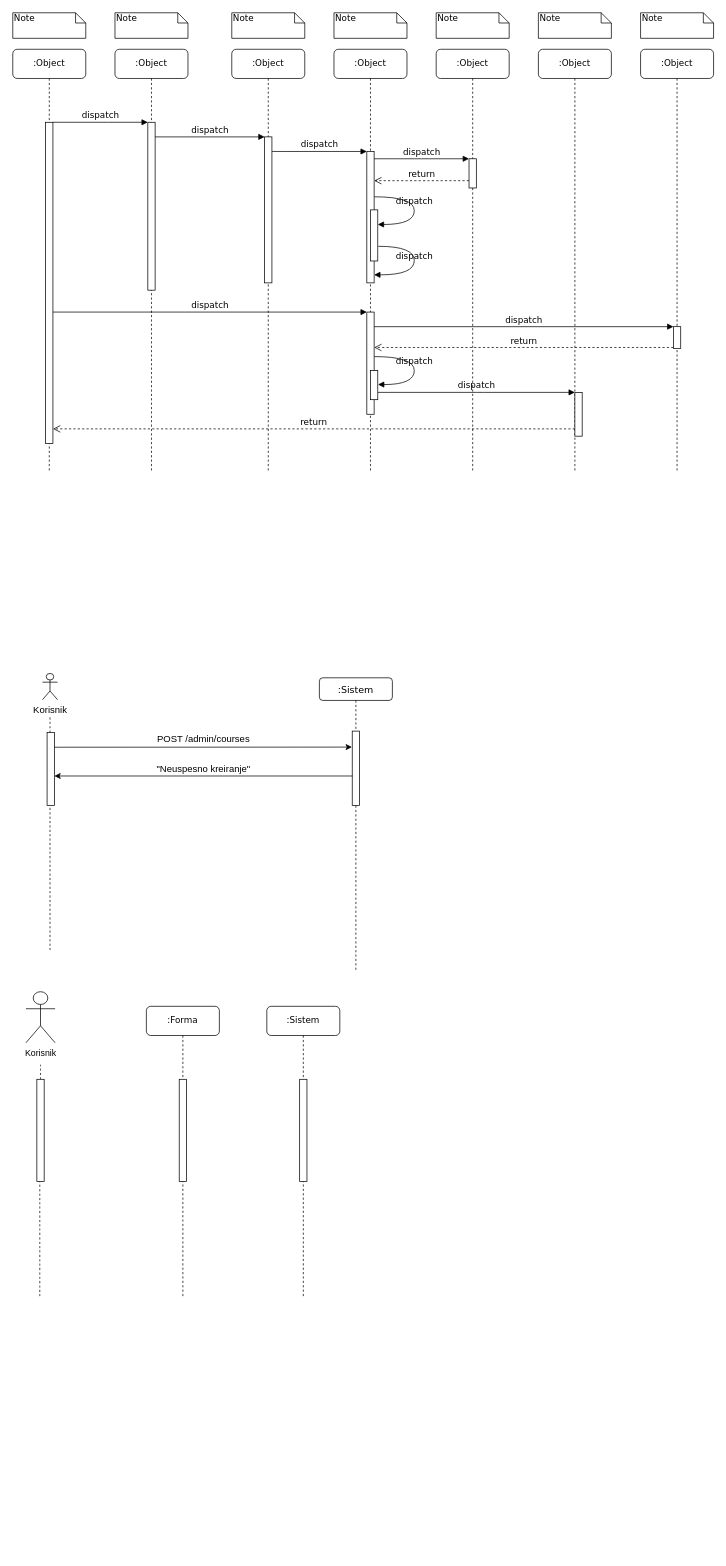
The draw.io diagram folder/Untitled Diagram.drawio in mata998/drawio, before the edit. Source tidied: cells renumbered, new cells numbered last; positions are measured from the earlier drawing's top-left corner, leaving out a move shared by most shapes. Both pictures are drawn from the tidied source at 73%, with x=0, y=0 at pixel (12, 12).
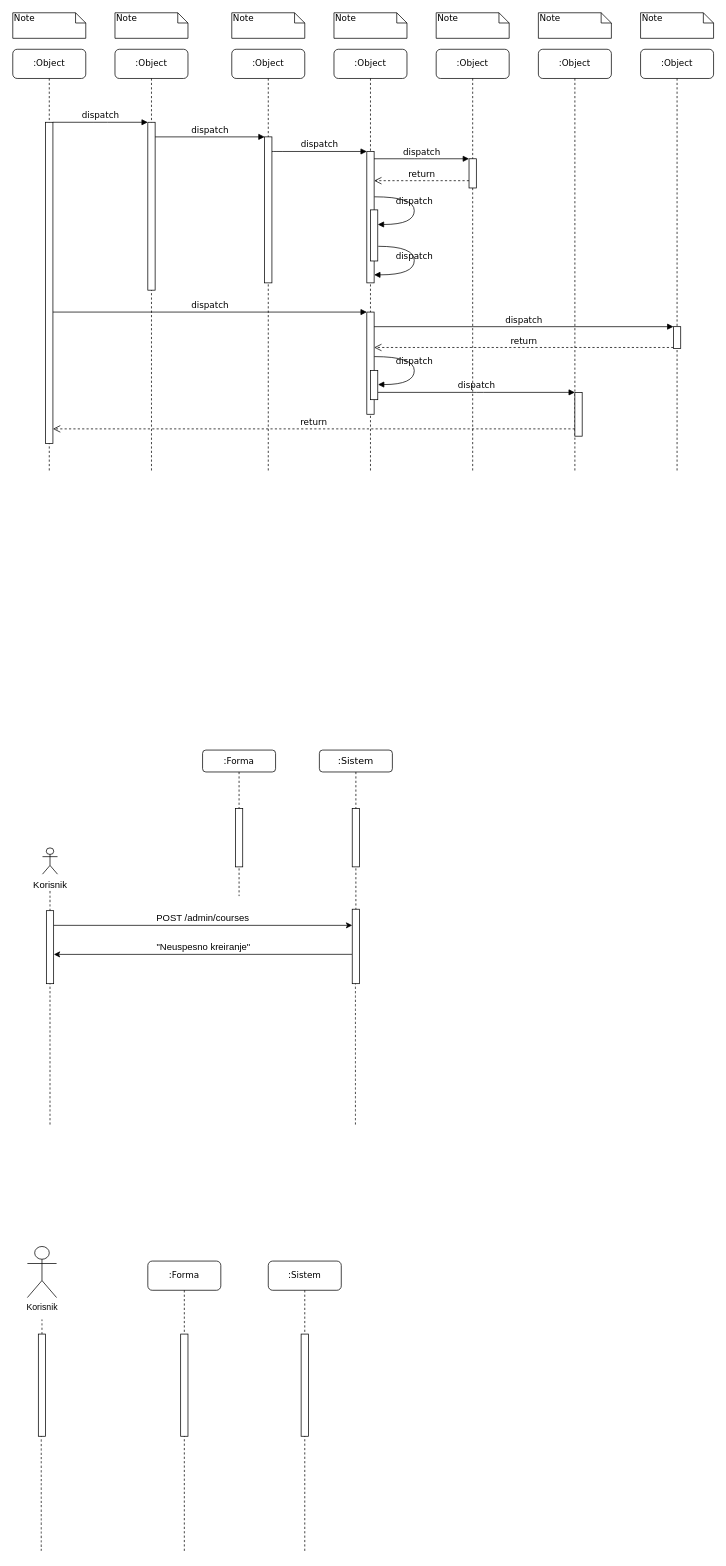
The same diagram, later.

Commit message:
postavka duplog dijagrama

Diff of the diagram source:
```diff
@@
     <mxCell id="39" value="&lt;font style=&quot;font-size: 13px;&quot;&gt;Korisnik&lt;/font&gt;" style="shape=umlActor;verticalLabelPosition=bottom;verticalAlign=top;html=1;" parent="1" vertex="1">
-      <mxGeometry x="40.7" y="905" width="20.6" height="36" as="geometry" />
+      <mxGeometry x="40.7" y="1144" width="20.6" height="36" as="geometry" />
     </mxCell>
     <mxCell id="40" style="endArrow=none;dashed=1;html=1;curved=1;startArrow=none;" parent="1" edge="1" source="43">
       <mxGeometry relative="1" as="geometry">
-        <mxPoint x="51" y="964" as="targetPoint" />
+        <mxPoint x="51" y="1203" as="targetPoint" />
       </mxGeometry>
     </mxCell>
-    <mxCell id="41" value=":Sistem" style="shape=umlLifeline;perimeter=lifelinePerimeter;whiteSpace=wrap;html=1;rounded=1;shadow=0;comic=0;labelBackgroundColor=none;strokeWidth=1;fontFamily=Verdana;fontSize=13;align=center;size=31;" parent="1" vertex="1">
-      <mxGeometry x="420" y="911" width="100" height="400" as="geometry" />
+    <mxCell id="41" value=":Sistem" style="shape=umlLifeline;perimeter=lifelinePerimeter;whiteSpace=wrap;html=1;rounded=1;shadow=0;comic=0;labelBackgroundColor=none;strokeWidth=1;fontFamily=Verdana;fontSize=13;align=center;size=30;" parent="1" vertex="1">
+      <mxGeometry x="420" y="1010" width="100" height="320" as="geometry" />
     </mxCell>
     <mxCell id="42" style="html=1;points=[];perimeter=orthogonalPerimeter;rounded=0;shadow=0;comic=0;labelBackgroundColor=none;strokeWidth=1;fontFamily=Verdana;fontSize=12;align=center;" parent="41" vertex="1">
-      <mxGeometry x="45" y="73" width="10" height="102" as="geometry" />
+      <mxGeometry x="45" y="80" width="10" height="80" as="geometry" />
     </mxCell>
+    <mxCell id="55" style="html=1;points=[];perimeter=orthogonalPerimeter;rounded=0;shadow=0;comic=0;labelBackgroundColor=none;strokeWidth=1;fontFamily=Verdana;fontSize=12;align=center;" parent="41" vertex="1">
+      <mxGeometry x="45" y="218" width="10" height="102" as="geometry" />
+    </mxCell>
     <mxCell id="43" style="html=1;points=[];perimeter=orthogonalPerimeter;rounded=0;shadow=0;comic=0;labelBackgroundColor=none;strokeWidth=1;fontFamily=Verdana;fontSize=12;align=center;" parent="1" vertex="1">
-      <mxGeometry x="47" y="986" width="10" height="100" as="geometry" />
+      <mxGeometry x="46" y="1230" width="10" height="100" as="geometry" />
     </mxCell>
     <mxCell id="44" style="endArrow=none;dashed=1;html=1;curved=1;" parent="1" edge="1" target="43">
       <mxGeometry relative="1" as="geometry">
-        <mxPoint x="51" y="1284" as="sourcePoint" />
+        <mxPoint x="51" y="1523" as="sourcePoint" />
       </mxGeometry>
     </mxCell>
     <mxCell id="45" value="Korisnik" style="shape=umlActor;verticalLabelPosition=bottom;verticalAlign=top;html=1;" parent="1" vertex="1">
-      <mxGeometry x="18" y="1341" width="40" height="70" as="geometry" />
+      <mxGeometry x="20" y="1690" width="40" height="70" as="geometry" />
     </mxCell>
     <mxCell id="46" style="endArrow=none;dashed=1;html=1;curved=1;startArrow=none;" parent="1" edge="1" source="49">
       <mxGeometry relative="1" as="geometry">
-        <mxPoint x="38" y="1441" as="targetPoint" />
+        <mxPoint x="40" y="1790" as="targetPoint" />
       </mxGeometry>
     </mxCell>
     <mxCell id="47" value=":Forma" style="shape=umlLifeline;perimeter=lifelinePerimeter;whiteSpace=wrap;html=1;rounded=1;shadow=0;comic=0;labelBackgroundColor=none;strokeWidth=1;fontFamily=Verdana;fontSize=12;align=center;" parent="1" vertex="1">
-      <mxGeometry x="183" y="1361" width="100" height="400" as="geometry" />
+      <mxGeometry x="185" y="1710" width="100" height="400" as="geometry" />
     </mxCell>
@@
     <mxCell id="49" style="html=1;points=[];perimeter=orthogonalPerimeter;rounded=0;shadow=0;comic=0;labelBackgroundColor=none;strokeWidth=1;fontFamily=Verdana;fontSize=12;align=center;" parent="1" vertex="1">
-      <mxGeometry x="33" y="1461" width="10" height="140" as="geometry" />
+      <mxGeometry x="35" y="1810" width="10" height="140" as="geometry" />
     </mxCell>
     <mxCell id="50" style="endArrow=none;dashed=1;html=1;curved=1;" parent="1" edge="1" target="49">
       <mxGeometry relative="1" as="geometry">
-        <mxPoint x="37" y="1758" as="sourcePoint" />
+        <mxPoint x="39" y="2107" as="sourcePoint" />
       </mxGeometry>
     </mxCell>
     <mxCell id="51" value=":Sistem" style="shape=umlLifeline;perimeter=lifelinePerimeter;whiteSpace=wrap;html=1;rounded=1;shadow=0;comic=0;labelBackgroundColor=none;strokeWidth=1;fontFamily=Verdana;fontSize=12;align=center;" parent="1" vertex="1">
-      <mxGeometry x="348" y="1361" width="100" height="400" as="geometry" />
+      <mxGeometry x="350" y="1710" width="100" height="400" as="geometry" />
     </mxCell>
@@
-    <mxCell id="53" value="POST /admin/courses" style="endArrow=classic;html=1;rounded=0;fontSize=13;exitX=1.023;exitY=0.201;exitDx=0;exitDy=0;exitPerimeter=0;verticalAlign=bottom;entryX=-0.042;entryY=0.215;entryDx=0;entryDy=0;entryPerimeter=0;" parent="1" edge="1" source="43" target="42">
+    <mxCell id="53" value="POST /admin/courses" style="endArrow=classic;html=1;rounded=0;fontSize=13;exitX=1.023;exitY=0.201;exitDx=0;exitDy=0;exitPerimeter=0;verticalAlign=bottom;" parent="1" edge="1" source="43" target="55">
       <mxGeometry relative="1" as="geometry" />
     </mxCell>
-    <mxCell id="54" value="&quot;Neuspesno kreiranje&quot;" style="endArrow=classic;html=1;rounded=0;fontSize=13;exitX=0.027;exitY=0.382;exitDx=0;exitDy=0;exitPerimeter=0;verticalAlign=bottom;" parent="1" edge="1">
-      <mxGeometry relative="1" as="geometry">
-        <mxPoint x="465.3" y="1045.5" as="sourcePoint" />
-        <mxPoint x="57" y="1045.5" as="targetPoint" />
-      </mxGeometry>
+    <mxCell id="54" value="&quot;Neuspesno kreiranje&quot;" style="endArrow=classic;html=1;rounded=0;fontSize=13;verticalAlign=bottom;entryX=1.025;entryY=0.599;entryDx=0;entryDy=0;entryPerimeter=0;exitX=-0.038;exitY=0.606;exitDx=0;exitDy=0;exitPerimeter=0;" parent="1" edge="1" source="55" target="43">
+      <mxGeometry relative="1" as="geometry" />
     </mxCell>
+    <mxCell id="56" value=":Forma" style="shape=umlLifeline;perimeter=lifelinePerimeter;whiteSpace=wrap;html=1;rounded=1;shadow=0;comic=0;labelBackgroundColor=none;strokeWidth=1;fontFamily=Verdana;fontSize=12;align=center;size=30;" parent="1" vertex="1">
+      <mxGeometry x="260" y="1010" width="100" height="200" as="geometry" />
+    </mxCell>
+    <mxCell id="57" style="html=1;perimeter=orthogonalPerimeter;rounded=0;shadow=0;comic=0;labelBackgroundColor=none;strokeWidth=1;fontFamily=Verdana;fontSize=12;align=center;" parent="56" vertex="1">
+      <mxGeometry x="45" y="80" width="10" height="80" as="geometry" />
+    </mxCell>
+    <mxCell id="58" style="endArrow=none;dashed=1;html=1;curved=1;" parent="1" edge="1">
+      <mxGeometry relative="1" as="geometry">
+        <mxPoint x="469.4" y="1523" as="sourcePoint" />
+        <mxPoint x="469.4" y="1330" as="targetPoint" />
+      </mxGeometry>
+    </mxCell>
```
